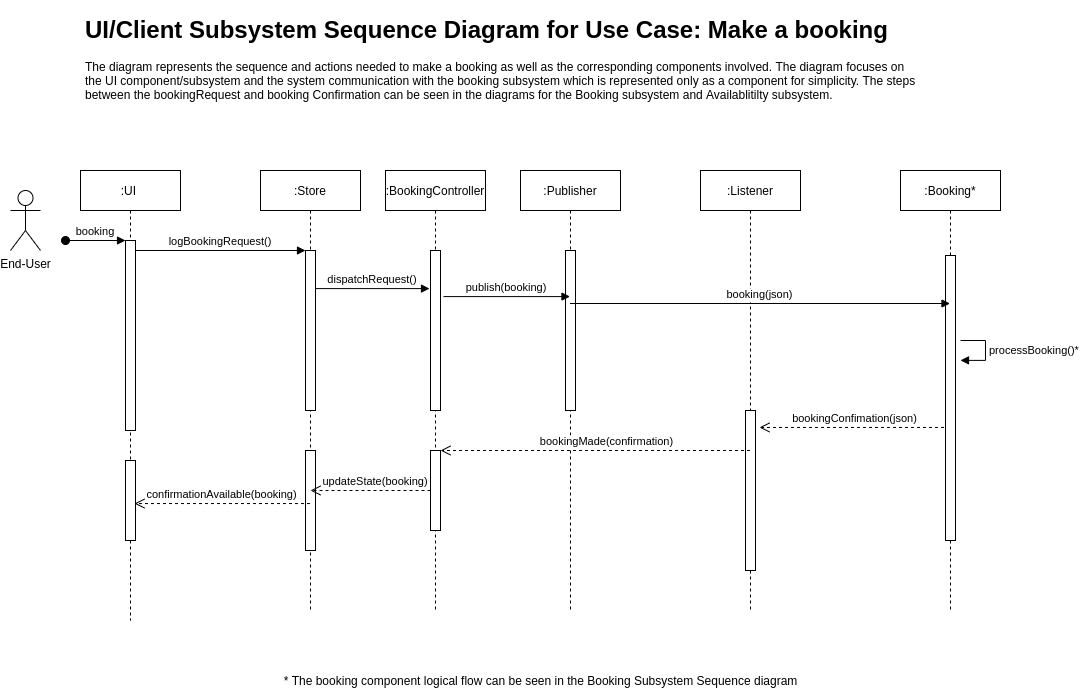
Earlier version of the draw.io export diagrams/v1/useCaseDiagram-v1.png (krasen86/documentation). Source tidied: cells renumbered, new cells last; positions are measured from the earlier drawing's top-left corner, leaving out a move shared by most shapes.
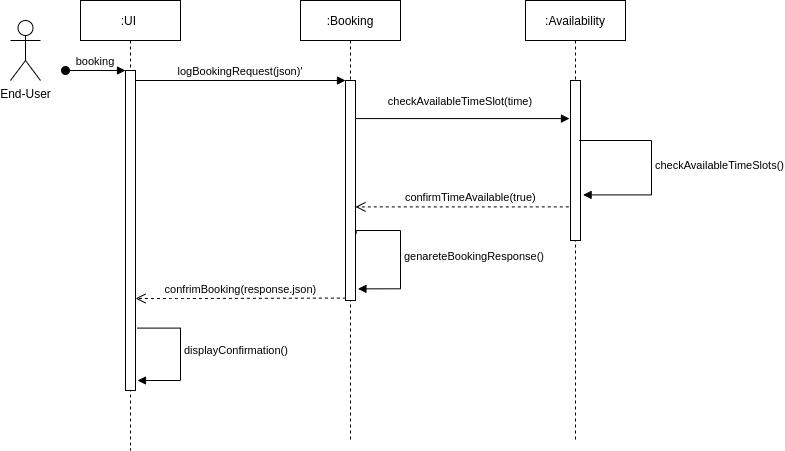
The same diagram one commit later.

Diff of the diagram source:
```diff
@@ -3,100 +3,74 @@
     <mxCell id="0" />
     <mxCell id="1" parent="0" />
     <mxCell id="2" value=":UI " style="shape=umlLifeline;perimeter=lifelinePerimeter;rounded=0;shadow=0;strokeWidth=1;" parent="1" vertex="1">
-      <mxGeometry x="70" y="160" width="100" height="450" as="geometry" />
+      <mxGeometry x="10" y="-660" width="100" height="450" as="geometry" />
     </mxCell>
     <mxCell id="3" style="points=[];perimeter=orthogonalPerimeter;rounded=0;shadow=0;strokeWidth=1;" parent="2" vertex="1">
-      <mxGeometry x="45" y="70" width="10" height="190" as="geometry" />
+      <mxGeometry x="45" y="70" width="10" height="320" as="geometry" />
     </mxCell>
     <mxCell id="4" value="booking" style="verticalAlign=bottom;startArrow=oval;endArrow=block;startSize=8;shadow=0;strokeWidth=1;" parent="2" edge="1" target="3">
       <mxGeometry relative="1" as="geometry">
         <mxPoint x="-15" y="70" as="sourcePoint" />
       </mxGeometry>
     </mxCell>
-    <mxCell id="5" style="points=[];perimeter=orthogonalPerimeter;rounded=0;shadow=0;strokeWidth=1;" parent="2" vertex="1">
-      <mxGeometry x="45" y="290" width="10" height="80" as="geometry" />
+    <mxCell id="5" value="displayConfirmation()" style="edgeStyle=orthogonalEdgeStyle;html=1;align=left;spacingLeft=2;endArrow=block;rounded=0;exitX=1.16;exitY=0.805;exitDx=0;exitDy=0;exitPerimeter=0;" parent="2" edge="1" source="3">
+      <mxGeometry x="-0.05" relative="1" as="geometry">
+        <mxPoint x="57" y="380" as="targetPoint" />
+        <Array as="points">
+          <mxPoint x="100" y="328" />
+          <mxPoint x="100" y="380" />
+        </Array>
+      </mxGeometry>
     </mxCell>
-    <mxCell id="6" value=":Store" style="shape=umlLifeline;perimeter=lifelinePerimeter;rounded=0;shadow=0;strokeWidth=1;" parent="1" vertex="1">
-      <mxGeometry x="250" y="160" width="100" height="440" as="geometry" />
+    <mxCell id="6" value=":Booking" style="shape=umlLifeline;perimeter=lifelinePerimeter;rounded=0;shadow=0;strokeWidth=1;" parent="1" vertex="1">
+      <mxGeometry x="230" y="-660" width="100" height="440" as="geometry" />
     </mxCell>
     <mxCell id="7" style="points=[];perimeter=orthogonalPerimeter;rounded=0;shadow=0;strokeWidth=1;" parent="6" vertex="1">
-      <mxGeometry x="45" y="80" width="10" height="160" as="geometry" />
+      <mxGeometry x="45" y="80" width="10" height="220" as="geometry" />
     </mxCell>
-    <mxCell id="8" style="perimeter=orthogonalPerimeter;rounded=0;shadow=0;strokeWidth=1;" parent="6" vertex="1">
-      <mxGeometry x="45" y="280" width="10" height="100" as="geometry" />
+    <mxCell id="8" value="genareteBookingResponse()" style="edgeStyle=orthogonalEdgeStyle;html=1;align=left;spacingLeft=2;endArrow=block;rounded=0;entryX=1.243;entryY=0.947;exitX=1.071;exitY=0.697;exitDx=0;exitDy=0;exitPerimeter=0;entryDx=0;entryDy=0;entryPerimeter=0;" parent="6" edge="1" source="7" target="7">
+      <mxGeometry relative="1" as="geometry">
+        <Array as="points">
+          <mxPoint x="56" y="230" />
+          <mxPoint x="100" y="230" />
+          <mxPoint x="100" y="288" />
+        </Array>
+      </mxGeometry>
     </mxCell>
-    <mxCell id="9" value="confirmationAvailable(booking)" style="verticalAlign=bottom;endArrow=open;dashed=1;endSize=8;shadow=0;strokeWidth=1;entryX=0.9;entryY=0.538;entryDx=0;entryDy=0;entryPerimeter=0;" parent="1" edge="1" source="6" target="5">
-      <mxGeometry relative="1" as="geometry" />
+    <mxCell id="9" value="confrimBooking(response.json)" style="verticalAlign=bottom;endArrow=open;dashed=1;endSize=8;shadow=0;strokeWidth=1;exitX=0.04;exitY=0.989;exitDx=0;exitDy=0;exitPerimeter=0;" parent="1" edge="1" source="7" target="3">
+      <mxGeometry relative="1" as="geometry">
+        <Array as="points">
+          <mxPoint x="110" y="-362" />
+        </Array>
+      </mxGeometry>
     </mxCell>
-    <mxCell id="10" value="logBookingRequest()" style="verticalAlign=bottom;endArrow=block;entryX=0;entryY=0;shadow=0;strokeWidth=1;" parent="1" edge="1" source="3" target="7">
+    <mxCell id="10" value="logBookingRequest(json)'" style="verticalAlign=bottom;endArrow=block;entryX=0;entryY=0;shadow=0;strokeWidth=1;" parent="1" edge="1" source="3" target="7">
       <mxGeometry relative="1" as="geometry" />
     </mxCell>
-    <mxCell id="11" value="dispatchRequest()" style="verticalAlign=bottom;endArrow=block;entryX=-0.1;entryY=0.238;shadow=0;strokeWidth=1;entryDx=0;entryDy=0;entryPerimeter=0;" parent="1" edge="1" source="7" target="14">
-      <mxGeometry relative="1" as="geometry" />
+    <mxCell id="11" value="checkAvailableTimeSlot(time)" style="verticalAlign=bottom;endArrow=block;entryX=-0.1;entryY=0.238;shadow=0;strokeWidth=1;entryDx=0;entryDy=0;entryPerimeter=0;" parent="1" edge="1" source="7" target="13">
+      <mxGeometry x="-0.02" y="8" relative="1" as="geometry" />
     </mxCell>
-    <mxCell id="12" value="bookingConfimation(json)" style="verticalAlign=bottom;endArrow=open;dashed=1;endSize=8;shadow=0;strokeWidth=1;entryX=1.4;entryY=0.106;entryDx=0;entryDy=0;entryPerimeter=0;" parent="1" edge="1" source="17" target="21">
-      <mxGeometry relative="1" as="geometry" />
+    <mxCell id="12" value=":Availability" style="shape=umlLifeline;perimeter=lifelinePerimeter;rounded=0;shadow=0;strokeWidth=1;" parent="1" vertex="1">
+      <mxGeometry x="455" y="-660" width="100" height="440" as="geometry" />
     </mxCell>
-    <mxCell id="13" value=":BookingController" style="shape=umlLifeline;perimeter=lifelinePerimeter;rounded=0;shadow=0;strokeWidth=1;" parent="1" vertex="1">
-      <mxGeometry x="375" y="160" width="100" height="440" as="geometry" />
+    <mxCell id="13" style="points=[];perimeter=orthogonalPerimeter;rounded=0;shadow=0;strokeWidth=1;" parent="12" vertex="1">
+      <mxGeometry x="45" y="80" width="10" height="160" as="geometry" />
     </mxCell>
-    <mxCell id="14" style="points=[];perimeter=orthogonalPerimeter;rounded=0;shadow=0;strokeWidth=1;" parent="13" vertex="1">
-      <mxGeometry x="45" y="80" width="10" height="160" as="geometry" />
+    <mxCell id="14" value="confirmTimeAvailable(true)" style="verticalAlign=bottom;endArrow=open;dashed=1;endSize=8;shadow=0;strokeWidth=1;exitX=-0.171;exitY=0.79;exitDx=0;exitDy=0;exitPerimeter=0;" parent="1" edge="1" source="13" target="7">
+      <mxGeometry x="-0.08" relative="1" as="geometry" />
     </mxCell>
-    <mxCell id="15" value=":Publisher" style="shape=umlLifeline;perimeter=lifelinePerimeter;rounded=0;shadow=0;strokeWidth=1;" parent="1" vertex="1">
-      <mxGeometry x="510" y="160" width="100" height="440" as="geometry" />
+    <mxCell id="15" value="End-User" style="shape=umlActor;verticalLabelPosition=bottom;verticalAlign=top;html=1;outlineConnect=0;" parent="1" vertex="1">
+      <mxGeometry x="-60" y="-640" width="30" height="60" as="geometry" />
     </mxCell>
-    <mxCell id="16" style="perimeter=orthogonalPerimeter;rounded=0;shadow=0;strokeWidth=1;" parent="15" vertex="1">
-      <mxGeometry x="45" y="80" width="10" height="160" as="geometry" />
+    <mxCell id="16" value="checkAvailableTimeSlots()" style="edgeStyle=orthogonalEdgeStyle;html=1;align=left;spacingLeft=2;endArrow=block;rounded=0;entryX=1.26;entryY=0.715;entryDx=0;entryDy=0;entryPerimeter=0;" parent="1" edge="1" target="13">
+      <mxGeometry x="0.02" relative="1" as="geometry">
+        <mxPoint x="513" y="-520" as="sourcePoint" />
+        <Array as="points">
+          <mxPoint x="509" y="-520" />
+          <mxPoint x="581" y="-520" />
+          <mxPoint x="581" y="-466" />
+        </Array>
+      </mxGeometry>
     </mxCell>
-    <mxCell id="17" value=":Booking*" style="shape=umlLifeline;perimeter=lifelinePerimeter;rounded=0;shadow=0;strokeWidth=1;" parent="1" vertex="1">
-      <mxGeometry x="890" y="160" width="100" height="440" as="geometry" />
-    </mxCell>
-    <mxCell id="18" style="points=[];perimeter=orthogonalPerimeter;rounded=0;shadow=0;strokeWidth=1;" parent="17" vertex="1">
-      <mxGeometry x="45" y="85" width="10" height="285" as="geometry" />
-    </mxCell>
-    <mxCell id="19" value="processBooking()*" style="edgeStyle=orthogonalEdgeStyle;html=1;align=left;spacingLeft=2;endArrow=block;rounded=0;entryX=1.5;entryY=0.368;entryDx=0;entryDy=0;entryPerimeter=0;" parent="17" edge="1" target="18">
-      <mxGeometry relative="1" as="geometry">
-        <mxPoint x="60" y="170" as="sourcePoint" />
-        <Array as="points">
-          <mxPoint x="85" y="170" />
-          <mxPoint x="85" y="190" />
-        </Array>
-      </mxGeometry>
-    </mxCell>
-    <mxCell id="20" value=":Listener" style="shape=umlLifeline;perimeter=lifelinePerimeter;rounded=0;shadow=0;strokeWidth=1;" parent="1" vertex="1">
-      <mxGeometry x="690" y="160" width="100" height="440" as="geometry" />
-    </mxCell>
-    <mxCell id="21" style="points=[];perimeter=orthogonalPerimeter;rounded=0;shadow=0;strokeWidth=1;" parent="20" vertex="1">
-      <mxGeometry x="45" y="240" width="10" height="160" as="geometry" />
-    </mxCell>
-    <mxCell id="22" value="publish(booking)" style="verticalAlign=bottom;endArrow=block;shadow=0;strokeWidth=1;exitX=1.3;exitY=0.288;exitDx=0;exitDy=0;exitPerimeter=0;" parent="1" edge="1" source="14" target="15">
-      <mxGeometry relative="1" as="geometry" />
-    </mxCell>
-    <mxCell id="23" value="booking(json)" style="verticalAlign=bottom;endArrow=block;shadow=0;strokeWidth=1;" parent="1" edge="1" target="17">
-      <mxGeometry relative="1" as="geometry">
-        <mxPoint x="559.5" y="293" as="sourcePoint" />
-      </mxGeometry>
-    </mxCell>
-    <mxCell id="24" value="updateState(booking)" style="verticalAlign=bottom;endArrow=open;dashed=1;endSize=8;shadow=0;strokeWidth=1;" parent="1" edge="1" source="25">
-      <mxGeometry x="-0.08" relative="1" as="geometry">
-        <mxPoint x="300" y="480" as="targetPoint" />
-      </mxGeometry>
-    </mxCell>
-    <mxCell id="25" style="points=[];perimeter=orthogonalPerimeter;rounded=0;shadow=0;strokeWidth=1;" parent="1" vertex="1">
-      <mxGeometry x="420" y="440" width="10" height="80" as="geometry" />
-    </mxCell>
-    <mxCell id="26" value="bookingMade(confirmation)" style="verticalAlign=bottom;endArrow=open;dashed=1;endSize=8;shadow=0;strokeWidth=1;" parent="1" edge="1" source="20" target="25">
-      <mxGeometry x="-0.08" relative="1" as="geometry" />
-    </mxCell>
-    <mxCell id="27" value="End-User" style="shape=umlActor;verticalLabelPosition=bottom;verticalAlign=top;html=1;" parent="1" vertex="1">
-      <mxGeometry y="180" width="30" height="60" as="geometry" />
-    </mxCell>
-    <mxCell id="28" value="&lt;h1&gt;&lt;span&gt;UI/Client Subsystem Sequence Diagram for&amp;nbsp;&lt;/span&gt;Use Case: Make a booking&lt;/h1&gt;&lt;div&gt;&lt;span style=&quot;font-size: 12px ; font-weight: 400&quot;&gt;The diagram represents the sequence and actions needed to make a booking as well as the corresponding components involved. The diagram focuses on the UI component/subsystem and the system communication with the booking subsystem which is represented only as a component for simplicity. The steps between the bookingRequest and booking Confirmation can be seen in the diagrams for the Booking subsystem and Availablitilty subsystem.&lt;/span&gt;&lt;/div&gt;" style="text;html=1;strokeColor=none;fillColor=none;spacing=5;spacingTop=-20;whiteSpace=wrap;overflow=hidden;rounded=0;" parent="1" vertex="1">
-      <mxGeometry x="70" width="840" height="120" as="geometry" />
-    </mxCell>
-    <mxCell id="29" value="* The booking component logical flow can be seen in the Booking Subsystem Sequence diagram" style="text;html=1;align=center;verticalAlign=middle;" parent="1" vertex="1">
-      <mxGeometry x="265" y="660" width="530" height="20" as="geometry" />
-    </mxCell>
   </root>
 </mxGraphModel>
```
